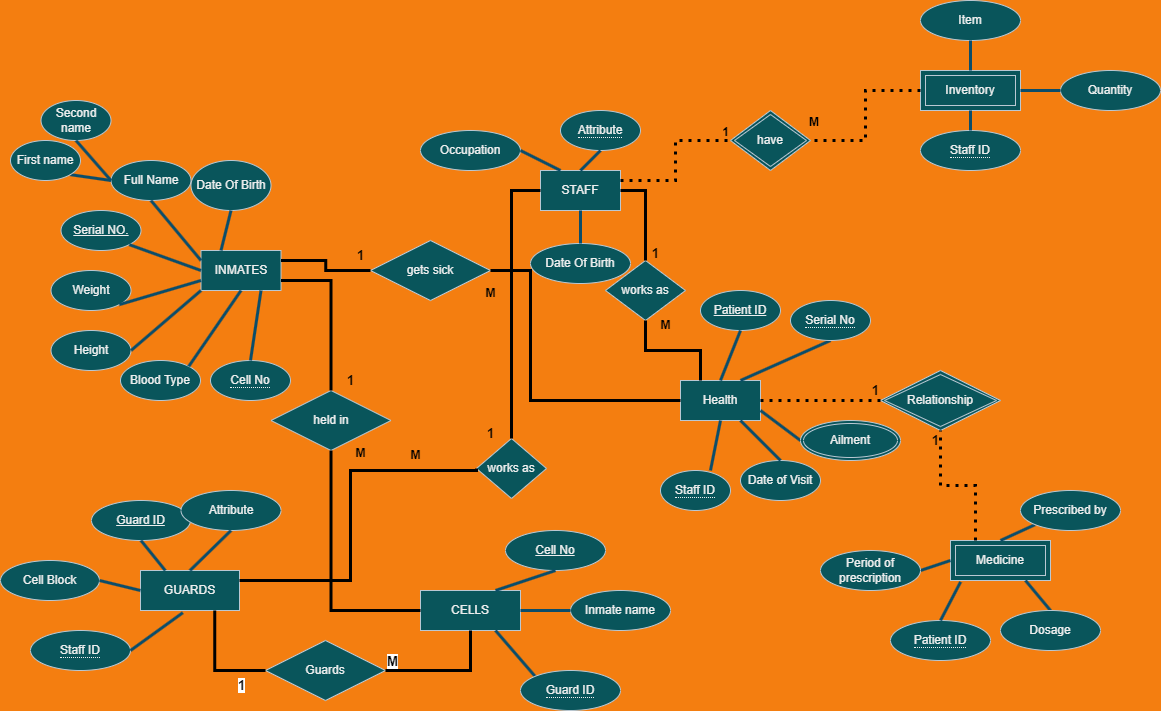
Above: ER diagram (1) (1).png in 0Francis/Group-3-Database (draw.io), before the change. Source tidied: cells renumbered, new cells last; positions are measured from the earlier drawing's top-left corner, leaving out a move shared by most shapes.
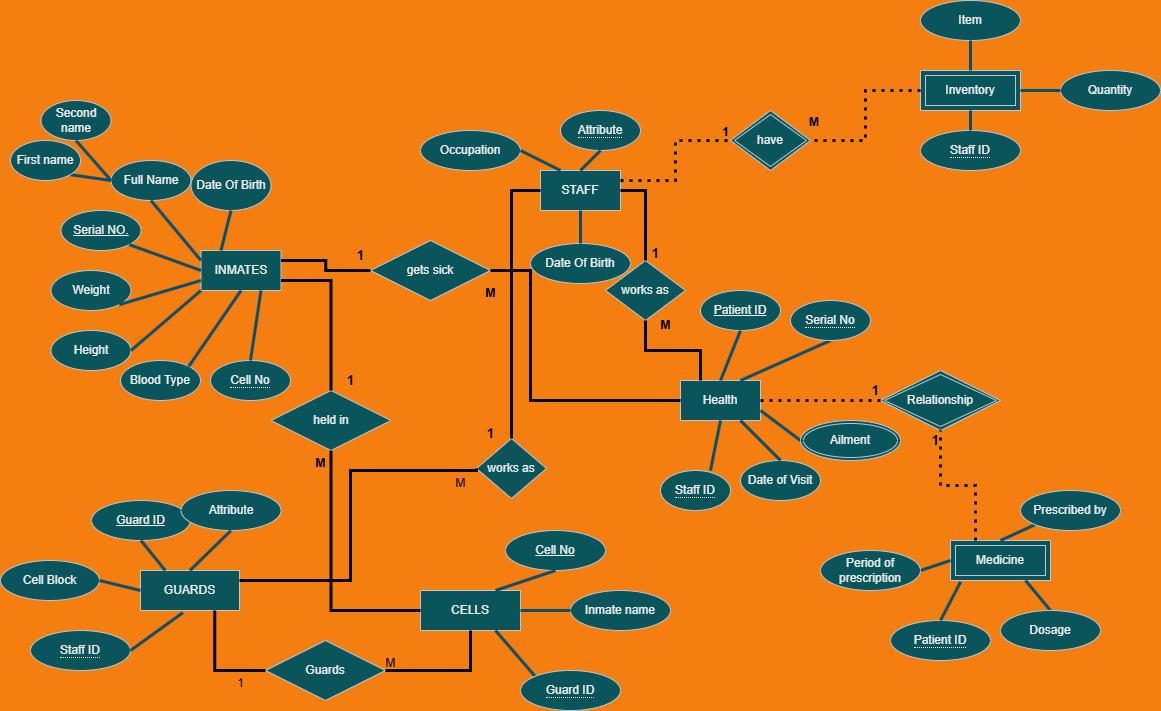
After the change.

Change to the diagram source:
```diff
@@ -271,19 +271,9 @@
     <mxCell id="86" style="endArrow=none;html=1;rounded=0;exitX=0.75;exitY=1;exitDx=0;exitDy=0;entryX=0;entryY=0.5;entryDx=0;entryDy=0;strokeWidth=3;edgeStyle=orthogonalEdgeStyle;" parent="1" edge="1" source="38" target="75">
       <mxGeometry relative="1" as="geometry" />
     </mxCell>
-    <mxCell id="87" value="&lt;b&gt;&lt;font style=&quot;font-size: 13px;&quot;&gt;1&lt;/font&gt;&lt;/b&gt;" style="edgeLabel;html=1;align=center;verticalAlign=middle;" parent="86" vertex="1">
-      <mxGeometry x="0.44" y="4" relative="1" as="geometry">
-        <mxPoint x="6" y="18" as="offset" />
-      </mxGeometry>
-    </mxCell>
     <mxCell id="88" style="endArrow=none;html=1;rounded=0;exitX=1;exitY=0.5;exitDx=0;exitDy=0;entryX=0.5;entryY=1;entryDx=0;entryDy=0;strokeWidth=3;edgeStyle=orthogonalEdgeStyle;" parent="1" edge="1" source="75" target="47">
       <mxGeometry relative="1" as="geometry" />
     </mxCell>
-    <mxCell id="89" value="&lt;b&gt;&lt;font style=&quot;font-size: 13px;&quot;&gt;M&lt;/font&gt;&lt;/b&gt;" style="edgeLabel;html=1;align=center;verticalAlign=middle;" parent="88" vertex="1">
-      <mxGeometry x="-0.32" relative="1" as="geometry">
-        <mxPoint x="-37" y="-10" as="offset" />
-      </mxGeometry>
-    </mxCell>
     <mxCell id="90" style="endArrow=none;html=1;rounded=0;dashed=1;dashPattern=1 2;entryX=0;entryY=0.5;entryDx=0;entryDy=0;exitX=1;exitY=0.25;exitDx=0;exitDy=0;strokeWidth=3;edgeStyle=orthogonalEdgeStyle;" parent="1" edge="1" source="3" target="66">
       <mxGeometry relative="1" as="geometry" />
     </mxCell>
@@ -332,14 +322,20 @@
     <mxCell id="103" value="&lt;b&gt;&lt;font style=&quot;font-size: 13px;&quot;&gt;1&lt;/font&gt;&lt;/b&gt;" style="text;html=1;align=center;verticalAlign=middle;strokeColor=none;fillColor=none;" parent="1" vertex="1">
       <mxGeometry x="475" y="418" width="30" height="30" as="geometry" />
     </mxCell>
-    <mxCell id="104" value="&lt;b&gt;M&lt;/b&gt;" style="text;html=1;align=center;verticalAlign=middle;strokeColor=none;fillColor=none;" parent="1" vertex="1">
-      <mxGeometry x="400" y="440" width="30" height="30" as="geometry" />
-    </mxCell>
     <mxCell id="105" value="&lt;b&gt;M&lt;/b&gt;" style="text;html=1;align=center;verticalAlign=middle;strokeColor=none;fillColor=none;" parent="1" vertex="1">
-      <mxGeometry x="345" y="438" width="30" height="30" as="geometry" />
+      <mxGeometry x="305" y="448" width="30" height="30" as="geometry" />
     </mxCell>
     <mxCell id="106" value="&lt;b&gt;&lt;font style=&quot;font-size: 13px;&quot;&gt;1&lt;/font&gt;&lt;/b&gt;" style="text;html=1;align=center;verticalAlign=middle;strokeColor=none;fillColor=none;" parent="1" vertex="1">
       <mxGeometry x="335" y="365" width="30" height="30" as="geometry" />
     </mxCell>
+    <mxCell id="107" value="M" style="text;html=1;align=center;verticalAlign=middle;strokeColor=none;fillColor=none;" parent="1" vertex="1">
+      <mxGeometry x="375" y="648" width="30" height="30" as="geometry" />
+    </mxCell>
+    <mxCell id="87" value="1" style="text;html=1;align=center;verticalAlign=middle;strokeColor=none;fillColor=none;" parent="1" vertex="1">
+      <mxGeometry x="225" y="668" width="30" height="30" as="geometry" />
+    </mxCell>
+    <mxCell id="108" value="M" style="text;html=1;align=center;verticalAlign=middle;strokeColor=none;fillColor=none;" parent="1" vertex="1">
+      <mxGeometry x="445" y="468" width="30" height="30" as="geometry" />
+    </mxCell>
   </root>
 </mxGraphModel>
```
